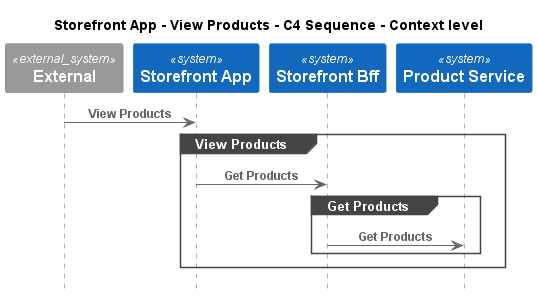
The PlantUML diagram e-commerce-platform/Software Systems/Storefront App/Interfaces/View Products/Context - C4 Sequence.png in C4InterFlow/architecture-as-code-samples, before a commit.
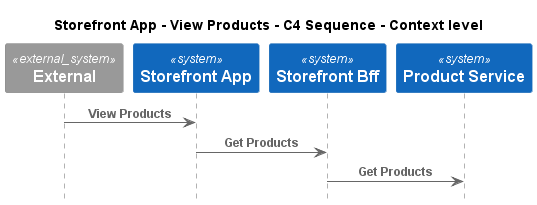
After the change.

What changed in the source:
```diff
@@ -10,12 +10,8 @@
 System(ECommercePlatform.SoftwareSystems.ProductService, "Product Service", "")
 
 Rel(C4InterFlow.SoftwareSystems.ExternalSystem, ECommercePlatform.SoftwareSystems.StorefrontApp, "View Products")
-group View Products
 Rel(ECommercePlatform.SoftwareSystems.StorefrontApp, ECommercePlatform.SoftwareSystems.StorefrontBff, "Get Products")
-group Get Products
 Rel(ECommercePlatform.SoftwareSystems.StorefrontBff, ECommercePlatform.SoftwareSystems.ProductService, "Get Products")
-end
-end
 
 
 @enduml
```
